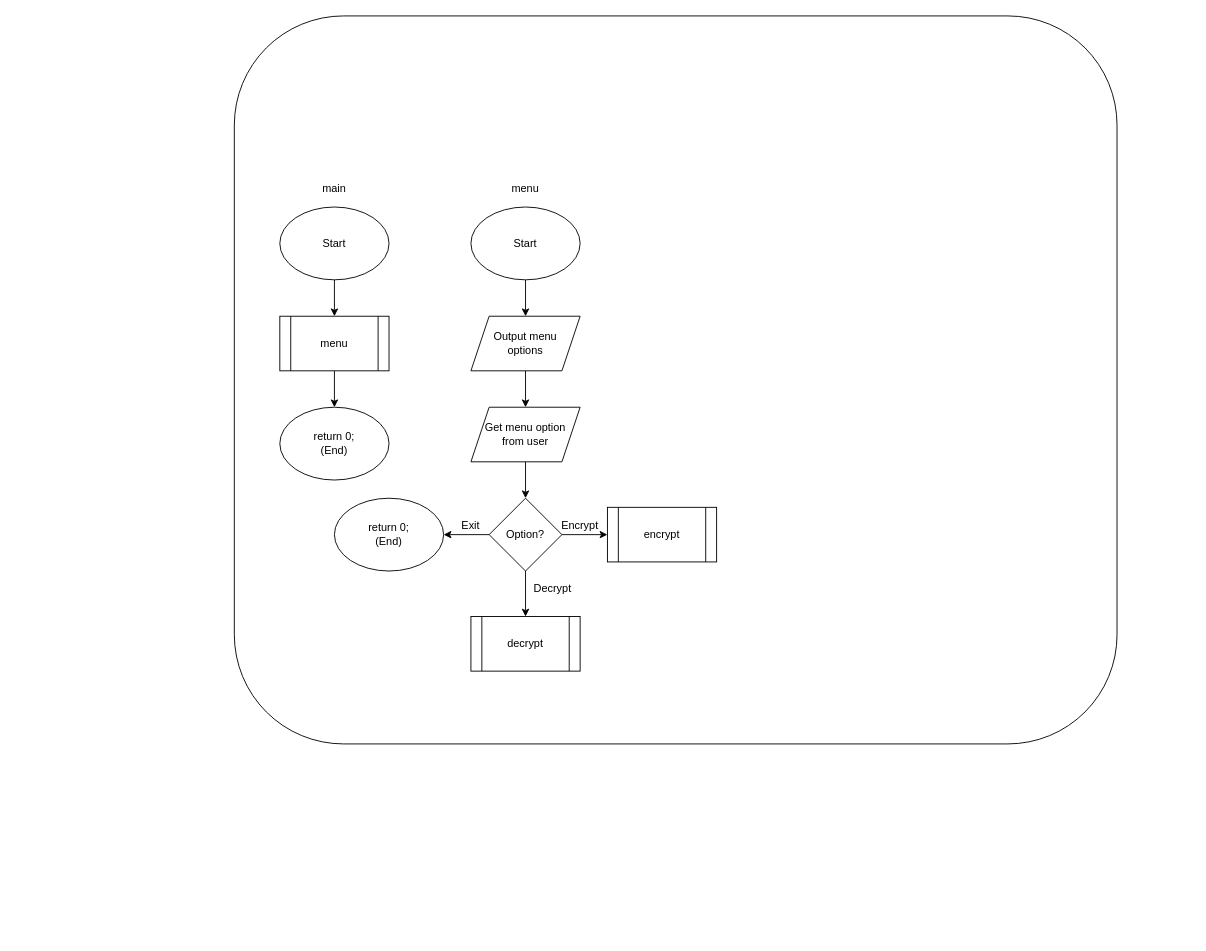
rbeat/vgnr-cpp keeps this draw.io diagram as Flowchart.drawio. Above is the earlier version. Source tidied: cells renumbered, new cells numbered last; positions are measured from the earlier drawing's top-left corner, leaving out a move shared by most shapes. Both pictures are drawn from the tidied source at 91%, with x=0, y=0 at pixel (234, 15).
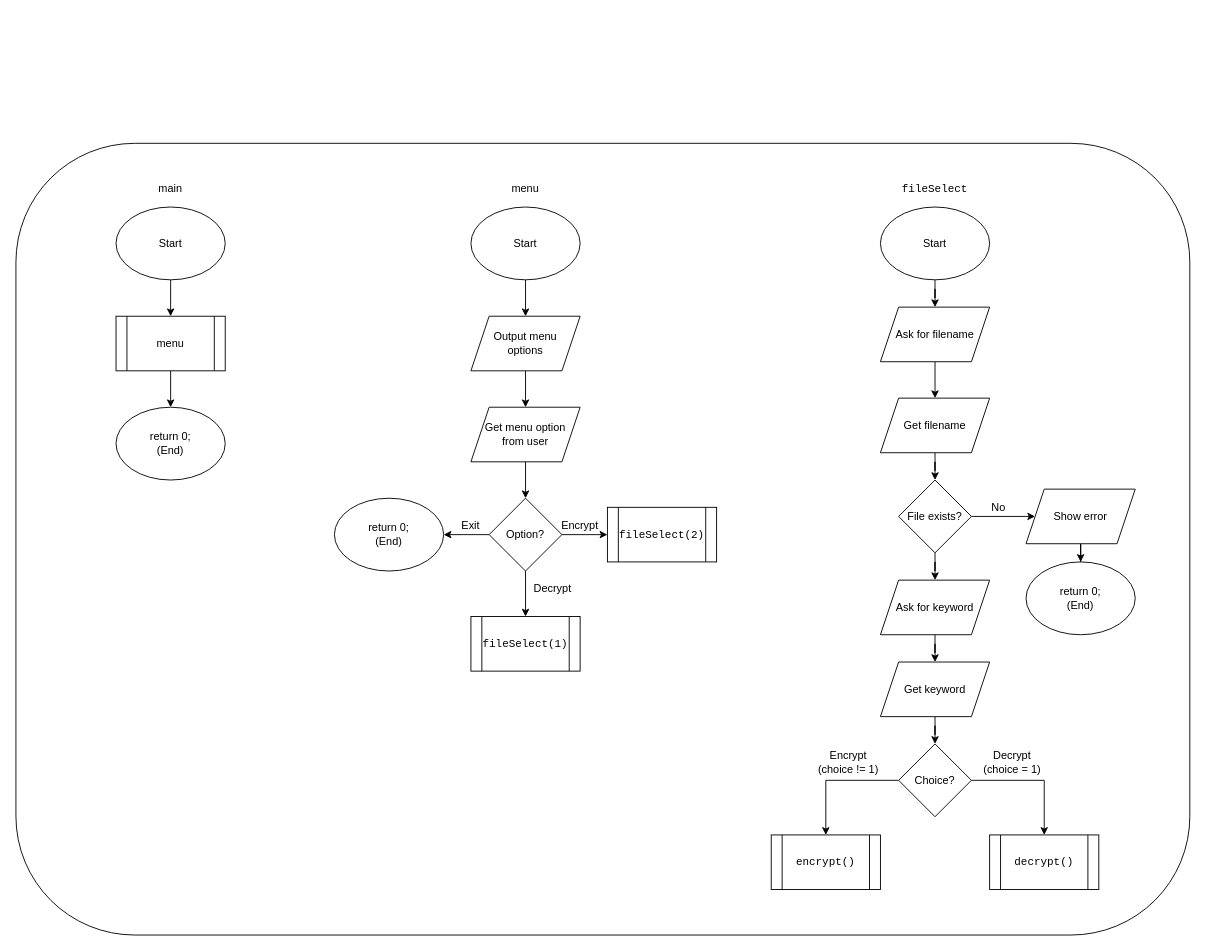
The same diagram, later.

What changed in the source:
```diff
@@
     <mxCell id="2" style="rounded=1;whiteSpace=wrap;html=1;" parent="1" vertex="1">
-      <mxGeometry width="970" height="800" as="geometry" />
+      <mxGeometry x="-240" y="140" width="1290" height="870" as="geometry" />
     </mxCell>
@@
     <mxCell id="4" value="Start" style="ellipse;whiteSpace=wrap;html=1;" parent="1" vertex="1">
-      <mxGeometry x="50" y="210" width="120" height="80" as="geometry" />
+      <mxGeometry x="-130" y="210" width="120" height="80" as="geometry" />
     </mxCell>
@@
     <mxCell id="6" value="menu" style="shape=process;whiteSpace=wrap;html=1;backgroundOutline=1;" parent="1" vertex="1">
-      <mxGeometry x="50" y="330" width="120" height="60" as="geometry" />
+      <mxGeometry x="-130" y="330" width="120" height="60" as="geometry" />
     </mxCell>
     <mxCell id="7" value="return 0;&lt;br&gt;(End)" style="ellipse;whiteSpace=wrap;html=1;" parent="1" vertex="1">
-      <mxGeometry x="50" y="430" width="120" height="80" as="geometry" />
+      <mxGeometry x="-130" y="430" width="120" height="80" as="geometry" />
     </mxCell>
     <mxCell id="8" value="main" style="text;html=1;strokeColor=none;fillColor=none;align=center;verticalAlign=middle;whiteSpace=wrap;rounded=0;" parent="1" vertex="1">
-      <mxGeometry x="90" y="180" width="40" height="20" as="geometry" />
+      <mxGeometry x="-90" y="180" width="40" height="20" as="geometry" />
     </mxCell>
@@
-    <mxCell id="22" value="decrypt" style="shape=process;whiteSpace=wrap;html=1;backgroundOutline=1;" parent="1" vertex="1">
+    <mxCell id="22" value="&lt;code&gt;fileSelect(1)&lt;/code&gt;" style="shape=process;whiteSpace=wrap;html=1;backgroundOutline=1;" parent="1" vertex="1">
       <mxGeometry x="260" y="660" width="120" height="60" as="geometry" />
     </mxCell>
@@
-    <mxCell id="24" value="encrypt" style="shape=process;whiteSpace=wrap;html=1;backgroundOutline=1;" parent="1" vertex="1">
+    <mxCell id="24" value="&lt;code&gt;fileSelect(2)&lt;/code&gt;" style="shape=process;whiteSpace=wrap;html=1;backgroundOutline=1;" parent="1" vertex="1">
       <mxGeometry x="410" y="540" width="120" height="60" as="geometry" />
     </mxCell>
@@
+    <mxCell id="26" style="edgeStyle=orthogonalEdgeStyle;rounded=0;jettySize=auto;html=1;" parent="1" edge="1" source="27" target="30">
+      <mxGeometry relative="1" as="geometry" />
+    </mxCell>
+    <mxCell id="27" value="Start" style="ellipse;whiteSpace=wrap;html=1;" parent="1" vertex="1">
+      <mxGeometry x="710" y="210" width="120" height="80" as="geometry" />
+    </mxCell>
+    <mxCell id="28" value="&lt;code&gt;fileSelect&lt;/code&gt;" style="text;html=1;strokeColor=none;fillColor=none;align=center;verticalAlign=middle;whiteSpace=wrap;rounded=0;" parent="1" vertex="1">
+      <mxGeometry x="750" y="180" width="40" height="20" as="geometry" />
+    </mxCell>
+    <mxCell id="29" style="edgeStyle=orthogonalEdgeStyle;rounded=0;jettySize=auto;html=1;" parent="1" edge="1" source="30" target="32">
+      <mxGeometry relative="1" as="geometry" />
+    </mxCell>
+    <mxCell id="30" value="Ask for filename" style="shape=parallelogram;perimeter=parallelogramPerimeter;whiteSpace=wrap;html=1;fixedSize=1;" parent="1" vertex="1">
+      <mxGeometry x="710" y="320" width="120" height="60" as="geometry" />
+    </mxCell>
+    <mxCell id="31" style="edgeStyle=orthogonalEdgeStyle;rounded=0;jettySize=auto;html=1;" parent="1" edge="1" source="32" target="35">
+      <mxGeometry relative="1" as="geometry" />
+    </mxCell>
+    <mxCell id="32" value="Get filename" style="shape=parallelogram;perimeter=parallelogramPerimeter;whiteSpace=wrap;html=1;fixedSize=1;" parent="1" vertex="1">
+      <mxGeometry x="710" y="420" width="120" height="60" as="geometry" />
+    </mxCell>
+    <mxCell id="33" style="edgeStyle=orthogonalEdgeStyle;rounded=0;jettySize=auto;html=1;" parent="1" edge="1" source="35" target="37">
+      <mxGeometry relative="1" as="geometry" />
+    </mxCell>
+    <mxCell id="34" style="edgeStyle=orthogonalEdgeStyle;rounded=0;jettySize=auto;html=1;" parent="1" edge="1" source="35" target="41">
+      <mxGeometry relative="1" as="geometry" />
+    </mxCell>
+    <mxCell id="35" value="File exists?" style="rhombus;whiteSpace=wrap;html=1;" parent="1" vertex="1">
+      <mxGeometry x="730" y="510" width="80" height="80" as="geometry" />
+    </mxCell>
+    <mxCell id="36" style="edgeStyle=orthogonalEdgeStyle;rounded=0;jettySize=auto;html=1;" parent="1" edge="1" source="37" target="38">
+      <mxGeometry relative="1" as="geometry" />
+    </mxCell>
+    <mxCell id="37" value="Show error" style="shape=parallelogram;perimeter=parallelogramPerimeter;whiteSpace=wrap;html=1;fixedSize=1;" parent="1" vertex="1">
+      <mxGeometry x="870" y="520" width="120" height="60" as="geometry" />
+    </mxCell>
+    <mxCell id="38" value="return 0;&lt;br&gt;(End)" style="ellipse;whiteSpace=wrap;html=1;" parent="1" vertex="1">
+      <mxGeometry x="870" y="600" width="120" height="80" as="geometry" />
+    </mxCell>
+    <mxCell id="39" value="No" style="text;html=1;strokeColor=none;fillColor=none;align=center;verticalAlign=middle;whiteSpace=wrap;rounded=0;" parent="1" vertex="1">
+      <mxGeometry x="820" y="530" width="40" height="20" as="geometry" />
+    </mxCell>
+    <mxCell id="40" style="edgeStyle=orthogonalEdgeStyle;rounded=0;jettySize=auto;html=1;" parent="1" edge="1" source="41" target="43">
+      <mxGeometry relative="1" as="geometry" />
+    </mxCell>
+    <mxCell id="41" value="Ask for keyword" style="shape=parallelogram;perimeter=parallelogramPerimeter;whiteSpace=wrap;html=1;fixedSize=1;" parent="1" vertex="1">
+      <mxGeometry x="710" y="620" width="120" height="60" as="geometry" />
+    </mxCell>
+    <mxCell id="42" style="edgeStyle=orthogonalEdgeStyle;rounded=0;jettySize=auto;html=1;" parent="1" edge="1" source="43" target="46">
+      <mxGeometry relative="1" as="geometry" />
+    </mxCell>
+    <mxCell id="43" value="Get keyword" style="shape=parallelogram;perimeter=parallelogramPerimeter;whiteSpace=wrap;html=1;fixedSize=1;" parent="1" vertex="1">
+      <mxGeometry x="710" y="710" width="120" height="60" as="geometry" />
+    </mxCell>
+    <mxCell id="44" style="edgeStyle=orthogonalEdgeStyle;rounded=0;jettySize=auto;html=1;exitX=1;exitY=0.5;exitDx=0;exitDy=0;entryX=0.5;entryY=0;entryDx=0;entryDy=0;" parent="1" edge="1" source="46" target="48">
+      <mxGeometry relative="1" as="geometry" />
+    </mxCell>
+    <mxCell id="45" style="edgeStyle=orthogonalEdgeStyle;rounded=0;jettySize=auto;html=1;exitX=0;exitY=0.5;exitDx=0;exitDy=0;" parent="1" edge="1" source="46" target="49">
+      <mxGeometry relative="1" as="geometry" />
+    </mxCell>
+    <mxCell id="46" value="Choice?" style="rhombus;whiteSpace=wrap;html=1;" parent="1" vertex="1">
+      <mxGeometry x="730" y="800" width="80" height="80" as="geometry" />
+    </mxCell>
+    <mxCell id="47" value="Encrypt (choice != 1)" style="text;html=1;strokeColor=none;fillColor=none;align=center;verticalAlign=middle;whiteSpace=wrap;rounded=0;" parent="1" vertex="1">
+      <mxGeometry x="640" y="810" width="70" height="20" as="geometry" />
+    </mxCell>
+    <mxCell id="48" value="&lt;code&gt;decrypt()&lt;/code&gt;" style="shape=process;whiteSpace=wrap;html=1;backgroundOutline=1;" parent="1" vertex="1">
+      <mxGeometry x="830" y="900" width="120" height="60" as="geometry" />
+    </mxCell>
+    <mxCell id="49" value="&lt;code&gt;encrypt()&lt;/code&gt;" style="shape=process;whiteSpace=wrap;html=1;backgroundOutline=1;" parent="1" vertex="1">
+      <mxGeometry x="590" y="900" width="120" height="60" as="geometry" />
+    </mxCell>
+    <mxCell id="50" value="Decrypt (choice = 1)" style="text;html=1;strokeColor=none;fillColor=none;align=center;verticalAlign=middle;whiteSpace=wrap;rounded=0;" parent="1" vertex="1">
+      <mxGeometry x="820" y="810" width="70" height="20" as="geometry" />
+    </mxCell>
```
